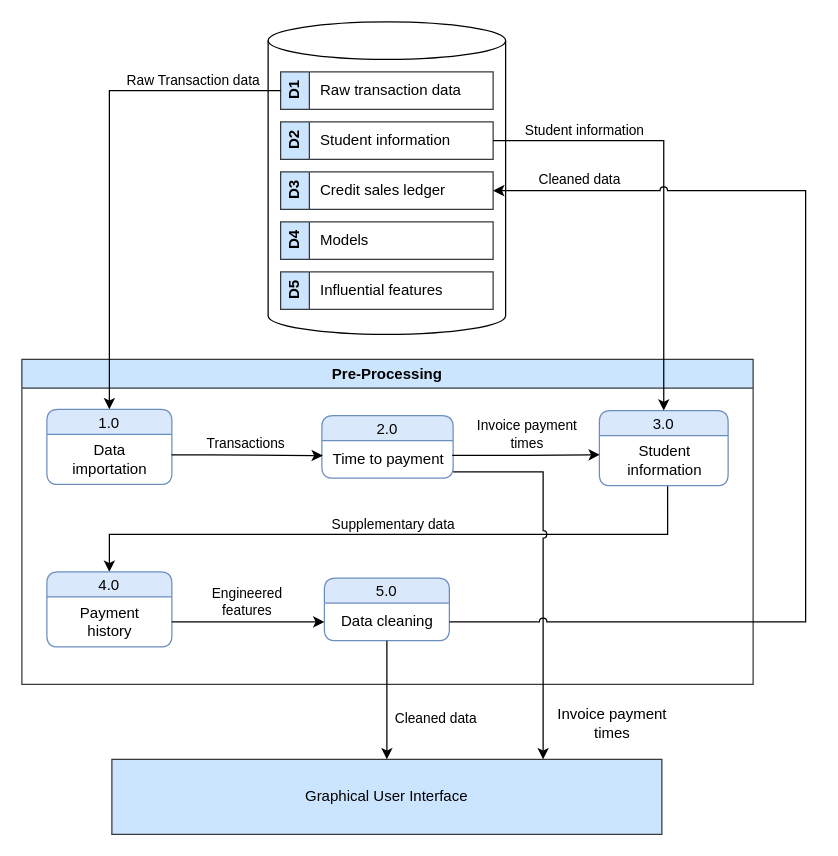
This is docs/thesis_paper/diagrams/Level-1 DFD - processing component.drawio from anneryeo/invoice-payment-prediction-thesis, a draw.io file, before an edit. Source tidied: cells renumbered, new cells numbered last; positions are measured from the earlier drawing's top-left corner, leaving out a move shared by most shapes. Both pictures are drawn from the tidied source at 125%, with x=0, y=0 at pixel (21, 21).
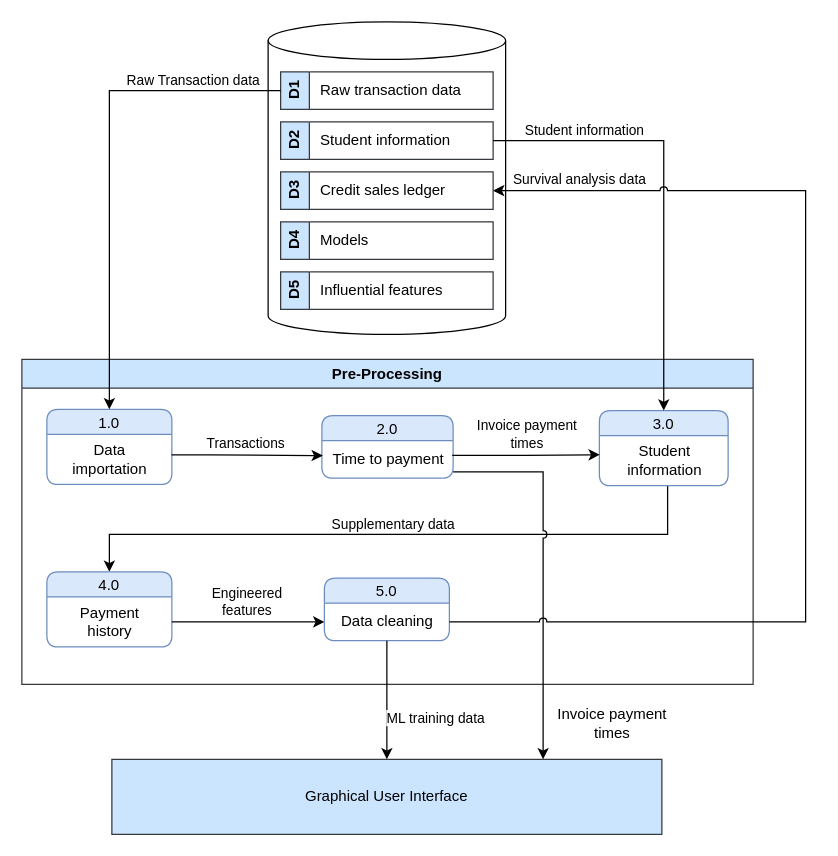
Above is the later version.

The change refers to these unchanged cells:
```xml
<mxCell id="38" style="edgeStyle=orthogonalEdgeStyle;rounded=0;jettySize=auto;html=1;entryX=0.5;entryY=0;entryDx=0;entryDy=0;" parent="1" edge="1" source="30" target="14">
  <mxGeometry relative="1" as="geometry" />
</mxCell>
<mxCell id="42" style="edgeStyle=orthogonalEdgeStyle;rounded=0;jettySize=auto;html=1;entryX=1;entryY=0.5;entryDx=0;entryDy=0;jumpStyle=arc;" parent="1" edge="1" source="30" target="8">
  <mxGeometry relative="1" as="geometry">
    <Array as="points">
      <mxPoint x="627" y="480" />
      <mxPoint x="627" y="135" />
    </Array>
  </mxGeometry>
</mxCell>
```

Diff of the diagram source:
```diff
@@
-    <mxCell id="39" value="Cleaned data" style="edgeLabel;html=1;align=center;verticalAlign=middle;" parent="38" vertex="1">
+    <mxCell id="39" value="ML training data" style="edgeLabel;html=1;align=center;verticalAlign=middle;" parent="38" vertex="1">
       <mxGeometry x="0.1" y="-1" relative="1" as="geometry">
         <mxPoint x="39" y="9" as="offset" />
       </mxGeometry>
     </mxCell>
@@
-    <mxCell id="43" value="Cleaned data" style="edgeLabel;html=1;align=center;verticalAlign=middle;" parent="42" vertex="1">
+    <mxCell id="43" value="Survival analysis data" style="edgeLabel;html=1;align=center;verticalAlign=middle;" parent="42" vertex="1">
       <mxGeometry x="0.85" y="-1" relative="1" as="geometry">
         <mxPoint x="2" y="-9" as="offset" />
       </mxGeometry>
     </mxCell>
```
